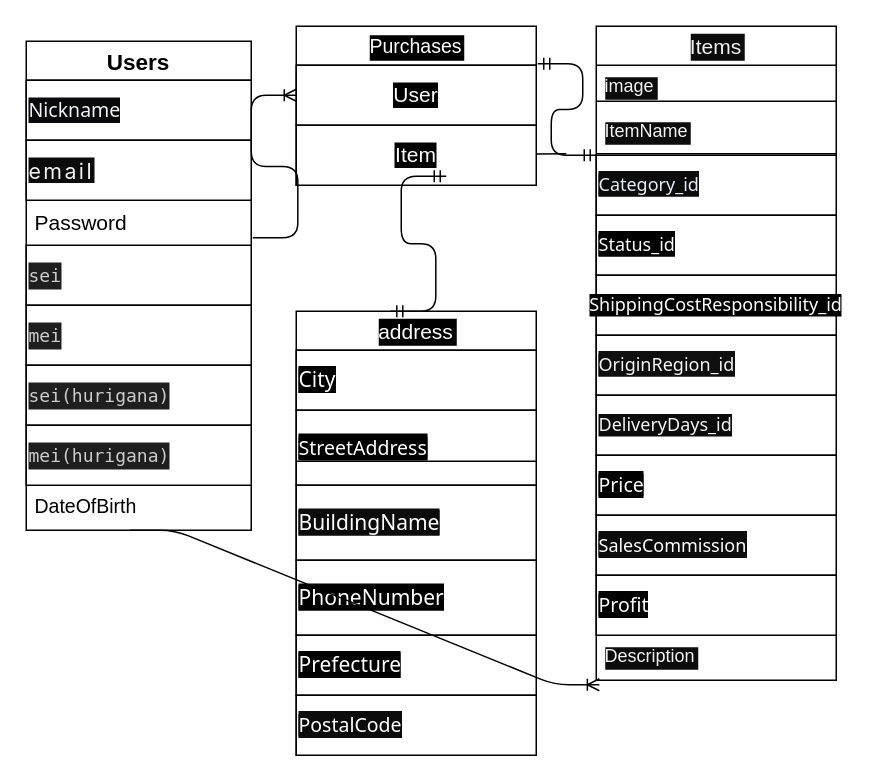
The draw.io diagram test.dio in ksffiafjei/furima-39385, before the edit. Source tidied: cells renumbered, new cells numbered last; positions are measured from the earlier drawing's top-left corner, leaving out a move shared by most shapes. Both pictures are drawn from the tidied source at 150%, with x=0, y=0 at pixel (26, 26).
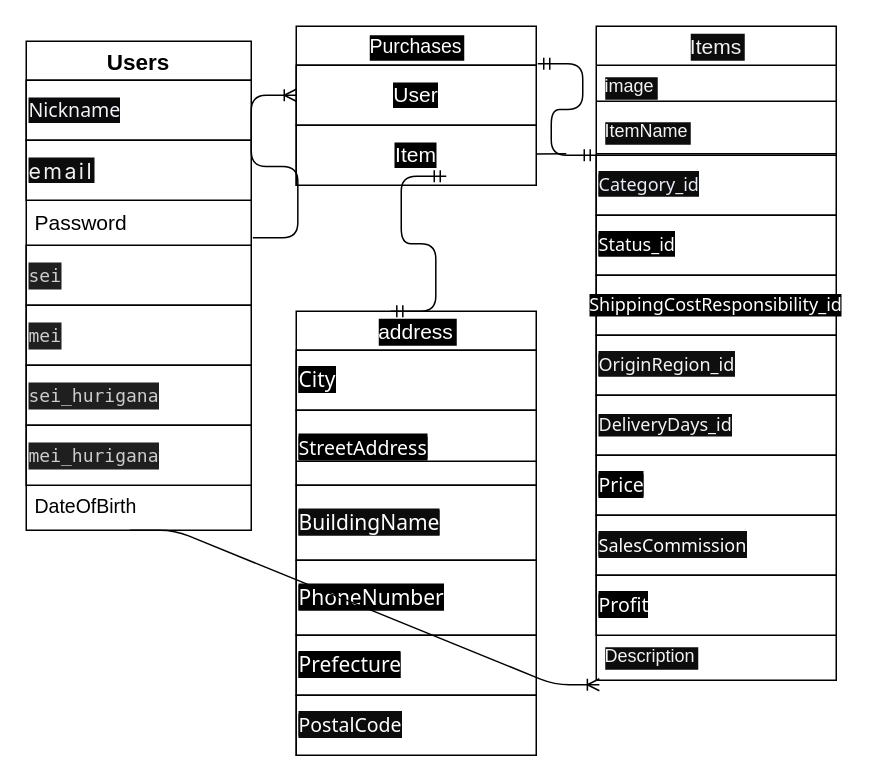
Above is the later version.

Unchanged cells that the change refers to:
```xml
<mxCell id="3" value="Users" style="swimlane;fontStyle=1;horizontal=1;startSize=26;align=center;fontSize=15;" parent="1" vertex="1">
  <mxGeometry y="10" width="150" height="326" as="geometry" />
</mxCell>
```

Change to the diagram source:
```diff
@@
-    <mxCell id="9" value="&lt;div style=&quot;color: rgb(204, 204, 204); background-color: rgb(31, 31, 31); font-family: Menlo, Monaco, &amp;quot;Courier New&amp;quot;, monospace; line-height: 18px;&quot;&gt;sei(hurigana)&lt;/div&gt;" style="whiteSpace=wrap;html=1;align=left;" parent="3" vertex="1">
+    <mxCell id="9" value="&lt;div style=&quot;color: rgb(204, 204, 204); background-color: rgb(31, 31, 31); font-family: Menlo, Monaco, &amp;quot;Courier New&amp;quot;, monospace; line-height: 18px;&quot;&gt;sei_hurigana&lt;/div&gt;" style="whiteSpace=wrap;html=1;align=left;" parent="3" vertex="1">
       <mxGeometry y="216" width="150" height="40" as="geometry" />
     </mxCell>
-    <mxCell id="10" value="&lt;div style=&quot;color: rgb(204, 204, 204); background-color: rgb(31, 31, 31); font-family: Menlo, Monaco, &amp;quot;Courier New&amp;quot;, monospace; line-height: 18px;&quot;&gt;mei(hurigana)&lt;/div&gt;" style="whiteSpace=wrap;html=1;align=left;" parent="3" vertex="1">
+    <mxCell id="10" value="&lt;div style=&quot;color: rgb(204, 204, 204); background-color: rgb(31, 31, 31); font-family: Menlo, Monaco, &amp;quot;Courier New&amp;quot;, monospace; line-height: 18px;&quot;&gt;mei_hurigana&lt;/div&gt;" style="whiteSpace=wrap;html=1;align=left;" parent="3" vertex="1">
       <mxGeometry y="256" width="150" height="40" as="geometry" />
     </mxCell>
```
